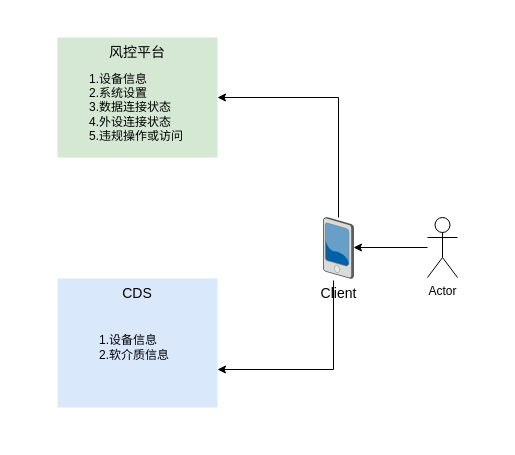
This is 设备注册.drawio from mobof/Koal, a draw.io file, before an edit. Source tidied: cells renumbered, new cells numbered last; positions are measured from the earlier drawing's top-left corner, leaving out a move shared by most shapes. Both pictures are drawn from the tidied source at 100%, with x=0, y=0 at pixel (57, 37).
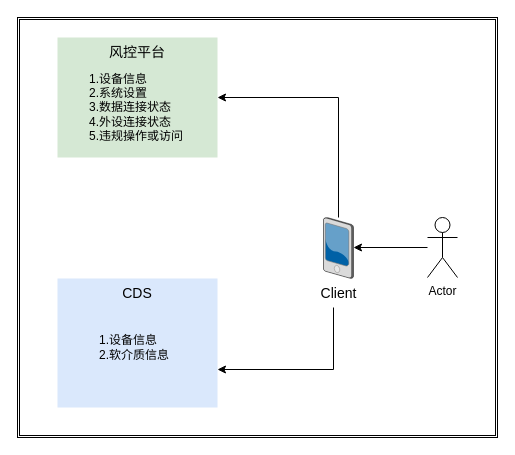
After the change.

Diff of the diagram source:
```diff
@@
 <mxGraphModel>
   <root>
     <mxCell id="0" />
     <mxCell id="1" parent="0" />
+    <mxCell id="11" style="shape=ext;double=1;rounded=0;whiteSpace=wrap;html=1;align=left;fillColor=none;" parent="1" vertex="1">
+      <mxGeometry x="-40" y="-20" width="480" height="420" as="geometry" />
+    </mxCell>
     <mxCell id="2" value="风控平台" style="whiteSpace=wrap;html=1;fillColor=#d5e8d4;fontSize=14;strokeColor=none;verticalAlign=top;" parent="1" vertex="1">
       <mxGeometry width="160" height="120" as="geometry" />
     </mxCell>
     <mxCell id="3" value="CDS" style="whiteSpace=wrap;html=1;fillColor=#dae8fc;fontSize=14;strokeColor=none;verticalAlign=top;" parent="1" vertex="1">
       <mxGeometry y="241" width="160" height="129" as="geometry" />
     </mxCell>
-    <mxCell id="4" style="edgeStyle=orthogonalEdgeStyle;rounded=0;jettySize=auto;html=1;exitX=0.333;exitY=1.033;exitDx=0;exitDy=0;exitPerimeter=0;" parent="1" edge="1" source="6">
+    <mxCell id="4" style="edgeStyle=orthogonalEdgeStyle;rounded=0;orthogonalLoop=1;jettySize=auto;html=1;" parent="1" edge="1">
       <mxGeometry relative="1" as="geometry">
+        <mxPoint x="276" y="270" as="sourcePoint" />
         <mxPoint x="160" y="332" as="targetPoint" />
         <Array as="points">
           <mxPoint x="276" y="332" />
         </Array>
       </mxGeometry>
     </mxCell>
     <mxCell id="5" style="edgeStyle=orthogonalEdgeStyle;rounded=0;jettySize=auto;html=1;entryX=1;entryY=0.5;entryDx=0;entryDy=0;" parent="1" edge="1" source="6" target="2">
       <mxGeometry relative="1" as="geometry">
         <Array as="points">
           <mxPoint x="281" y="60" />
         </Array>
       </mxGeometry>
     </mxCell>
     <mxCell id="6" value="Client" style="verticalLabelPosition=bottom;html=1;verticalAlign=top;strokeColor=none;shape=mxgraph.citrix.pda;fillColor=#66B2FF;gradientColor=#0066CC;fontSize=14;" parent="1" vertex="1">
       <mxGeometry x="266" y="180" width="30" height="61" as="geometry" />
     </mxCell>
     <mxCell id="7" style="edgeStyle=orthogonalEdgeStyle;rounded=0;jettySize=auto;html=1;" parent="1" edge="1" source="8">
       <mxGeometry relative="1" as="geometry">
         <mxPoint x="296" y="210" as="targetPoint" />
       </mxGeometry>
     </mxCell>
     <mxCell id="8" value="Actor" style="shape=umlActor;verticalLabelPosition=bottom;verticalAlign=top;html=1;outlineConnect=0;" parent="1" vertex="1">
       <mxGeometry x="370" y="180" width="30" height="60" as="geometry" />
     </mxCell>
     <mxCell id="9" value="1.设备信息&lt;br&gt;2.系统设置&lt;br&gt;3.数据连接状态&lt;br&gt;4.外设连接状态&lt;br&gt;5.违规操作或访问" style="text;html=1;strokeColor=none;fillColor=none;align=left;verticalAlign=middle;whiteSpace=wrap;rounded=0;" parent="1" vertex="1">
       <mxGeometry x="30" y="60" width="100" height="20" as="geometry" />
     </mxCell>
     <mxCell id="10" value="1.设备信息&lt;br&gt;2.软介质信息" style="text;html=1;strokeColor=none;fillColor=none;align=left;verticalAlign=middle;whiteSpace=wrap;rounded=0;" parent="1" vertex="1">
       <mxGeometry x="40" y="300" width="80" height="20" as="geometry" />
     </mxCell>
   </root>
 </mxGraphModel>
```
